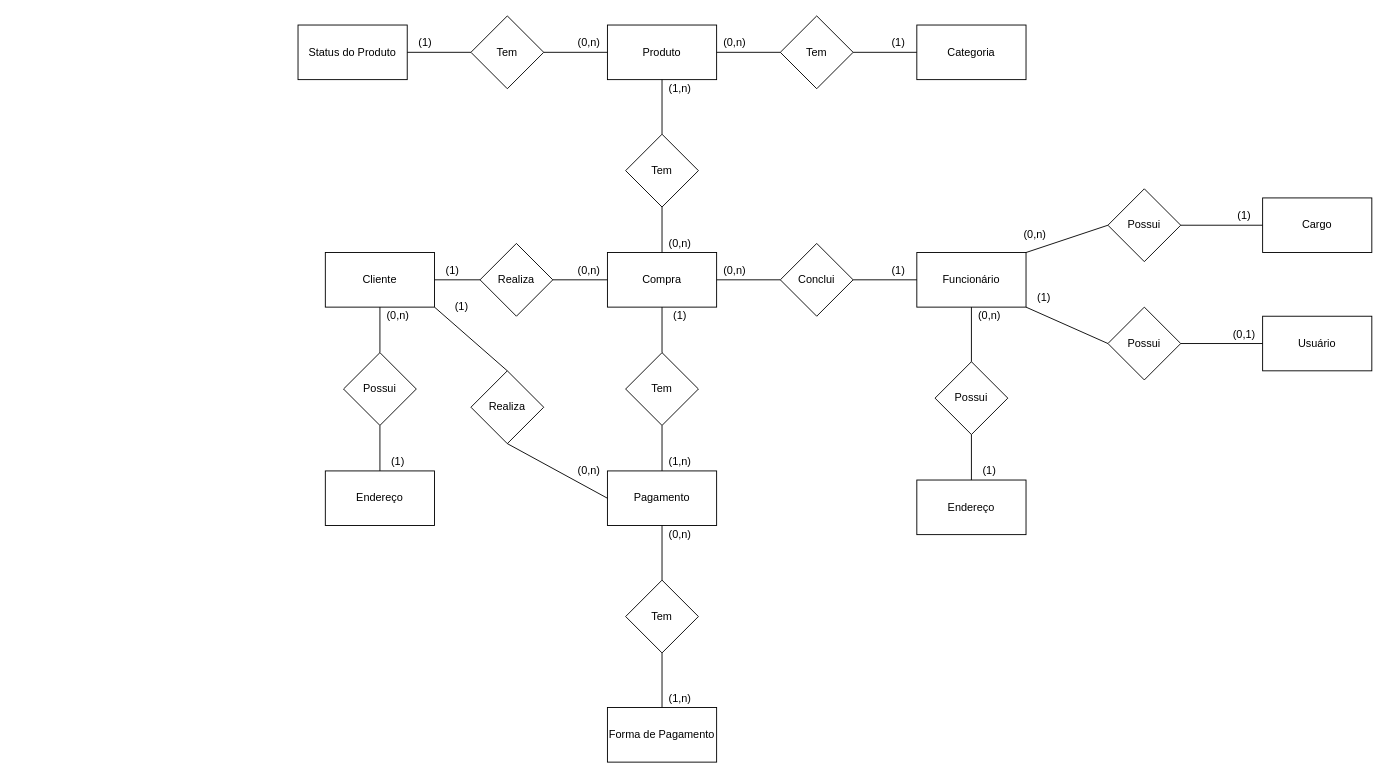
This is DiagramaER.drawio from EdilsonMedeiros/Projeto-Loja, a draw.io file, before an edit. Source tidied: cells renumbered, new cells numbered last; positions are measured from the earlier drawing's top-left corner, leaving out a move shared by most shapes. Both pictures are drawn from the tidied source at 91%, with x=0, y=0 at pixel (298, 15).
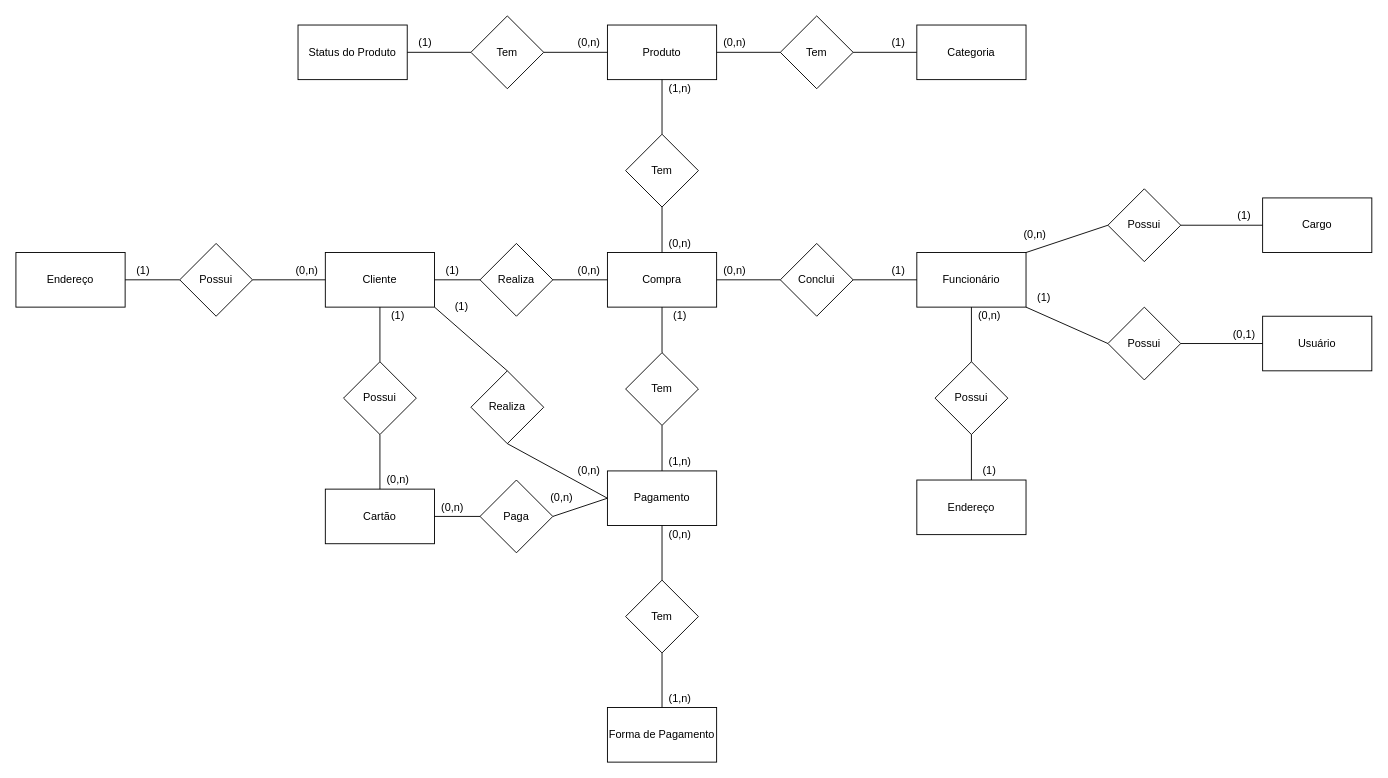
The same diagram, later.

Unchanged cells that the change refers to:
```xml
<mxCell id="2" value="Cliente" style="rounded=0;whiteSpace=wrap;html=1;" parent="1" vertex="1">
  <mxGeometry x="30" y="260" width="120" height="60" as="geometry" />
</mxCell>
<mxCell id="9" value="Pagamento" style="rounded=0;whiteSpace=wrap;html=1;" parent="1" vertex="1">
  <mxGeometry x="340" y="500" width="120" height="60" as="geometry" />
</mxCell>
```

What changed in the source:
```diff
@@
     <mxCell id="10" value="Endereço" style="rounded=0;whiteSpace=wrap;html=1;" parent="1" vertex="1">
-      <mxGeometry x="30" y="500" width="120" height="60" as="geometry" />
+      <mxGeometry x="-310" y="260" width="120" height="60" as="geometry" />
     </mxCell>
@@
     <mxCell id="59" value="Possui" style="rhombus;whiteSpace=wrap;html=1;" parent="1" vertex="1">
-      <mxGeometry x="50" y="370" width="80" height="80" as="geometry" />
+      <mxGeometry x="-130" y="250" width="80" height="80" as="geometry" />
     </mxCell>
-    <mxCell id="60" style="endArrow=none;html=1;exitX=0.5;exitY=0;exitDx=0;exitDy=0;entryX=0.5;entryY=1;entryDx=0;entryDy=0;" parent="1" edge="1" source="59" target="2">
-      <mxGeometry relative="1" as="geometry" />
-    </mxCell>
-    <mxCell id="61" style="endArrow=none;html=1;exitX=0.5;exitY=0;exitDx=0;exitDy=0;entryX=0.5;entryY=1;entryDx=0;entryDy=0;" parent="1" edge="1" source="10" target="59">
-      <mxGeometry relative="1" as="geometry" />
-    </mxCell>
     <mxCell id="62" value="(0,n)" style="text;html=1;strokeColor=none;fillColor=none;align=center;verticalAlign=middle;whiteSpace=wrap;rounded=0;" parent="1" vertex="1">
-      <mxGeometry x="90" y="320" width="40" height="20" as="geometry" />
+      <mxGeometry x="-10" y="270" width="40" height="20" as="geometry" />
     </mxCell>
     <mxCell id="63" value="(1)" style="text;html=1;strokeColor=none;fillColor=none;align=center;verticalAlign=middle;whiteSpace=wrap;rounded=0;" parent="1" vertex="1">
-      <mxGeometry x="90" y="480" width="40" height="20" as="geometry" />
+      <mxGeometry x="-190" y="270" width="40" height="20" as="geometry" />
     </mxCell>
@@
+    <mxCell id="61" style="endArrow=none;html=1;exitX=1;exitY=0.5;exitDx=0;exitDy=0;entryX=0;entryY=0.5;entryDx=0;entryDy=0;" parent="1" edge="1" source="10" target="59">
+      <mxGeometry relative="1" as="geometry" />
+    </mxCell>
+    <mxCell id="60" style="endArrow=none;html=1;exitX=1;exitY=0.5;exitDx=0;exitDy=0;entryX=0;entryY=0.5;entryDx=0;entryDy=0;" parent="1" edge="1" source="59" target="2">
+      <mxGeometry relative="1" as="geometry" />
+    </mxCell>
+    <mxCell id="74" value="Cartão" style="rounded=0;whiteSpace=wrap;html=1;" parent="1" vertex="1">
+      <mxGeometry x="30" y="520" width="120" height="60" as="geometry" />
+    </mxCell>
+    <mxCell id="75" value="Possui" style="rhombus;whiteSpace=wrap;html=1;" parent="1" vertex="1">
+      <mxGeometry x="50" y="380" width="80" height="80" as="geometry" />
+    </mxCell>
+    <mxCell id="76" style="endArrow=none;html=1;entryX=0.5;entryY=1;entryDx=0;entryDy=0;exitX=0.5;exitY=0;exitDx=0;exitDy=0;" parent="1" edge="1" source="75" target="2">
+      <mxGeometry relative="1" as="geometry" />
+    </mxCell>
+    <mxCell id="77" style="endArrow=none;html=1;exitX=0.5;exitY=0;exitDx=0;exitDy=0;" parent="1" edge="1" source="74">
+      <mxGeometry relative="1" as="geometry">
+        <mxPoint x="90" y="460" as="targetPoint" />
+      </mxGeometry>
+    </mxCell>
+    <mxCell id="78" value="(1)" style="text;html=1;strokeColor=none;fillColor=none;align=center;verticalAlign=middle;whiteSpace=wrap;rounded=0;" parent="1" vertex="1">
+      <mxGeometry x="90" y="320" width="40" height="20" as="geometry" />
+    </mxCell>
+    <mxCell id="79" value="(0,n)" style="text;html=1;strokeColor=none;fillColor=none;align=center;verticalAlign=middle;whiteSpace=wrap;rounded=0;" parent="1" vertex="1">
+      <mxGeometry x="90" y="500" width="40" height="20" as="geometry" />
+    </mxCell>
+    <mxCell id="80" value="Paga" style="rhombus;whiteSpace=wrap;html=1;" parent="1" vertex="1">
+      <mxGeometry x="200" y="510" width="80" height="80" as="geometry" />
+    </mxCell>
+    <mxCell id="81" style="endArrow=none;html=1;entryX=0;entryY=0.5;entryDx=0;entryDy=0;exitX=1;exitY=0.5;exitDx=0;exitDy=0;" parent="1" edge="1" source="74" target="80">
+      <mxGeometry relative="1" as="geometry" />
+    </mxCell>
+    <mxCell id="82" style="endArrow=none;html=1;entryX=0;entryY=0.5;entryDx=0;entryDy=0;exitX=1;exitY=0.5;exitDx=0;exitDy=0;" parent="1" edge="1" source="80" target="9">
+      <mxGeometry relative="1" as="geometry" />
+    </mxCell>
+    <mxCell id="83" value="(0,n)" style="text;html=1;strokeColor=none;fillColor=none;align=center;verticalAlign=middle;whiteSpace=wrap;rounded=0;" parent="1" vertex="1">
+      <mxGeometry x="150" y="530" width="40" height="20" as="geometry" />
+    </mxCell>
+    <mxCell id="84" value="(0,n)" style="text;html=1;strokeColor=none;fillColor=none;align=center;verticalAlign=middle;whiteSpace=wrap;rounded=0;" parent="1" vertex="1">
+      <mxGeometry x="270" y="520" width="40" height="20" as="geometry" />
+    </mxCell>
```
